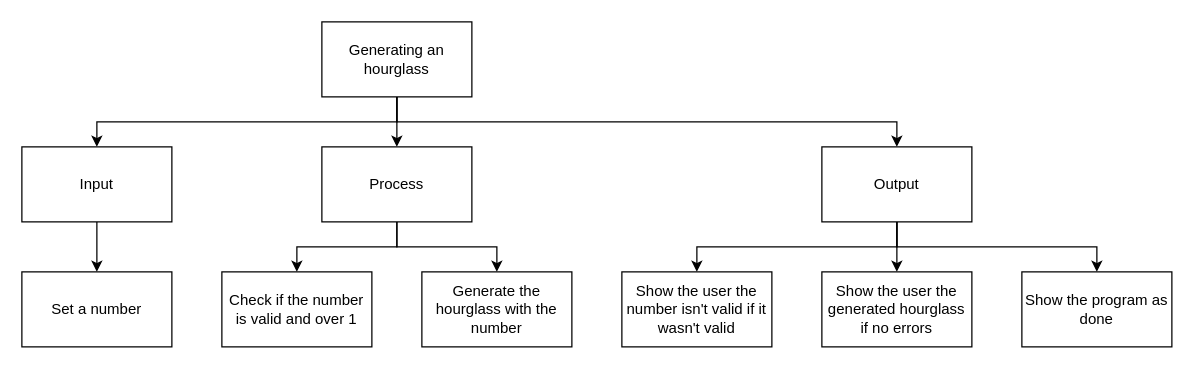
Earlier version of the draw.io diagram Design/topdown.drawio (Samuel-Webster-178/ICS4U-Assignment-04-Typescript). Source tidied: cells renumbered, new cells numbered last; positions are measured from the earlier drawing's top-left corner, leaving out a move shared by most shapes. Both pictures are drawn from the tidied source at 125%, with x=0, y=0 at pixel (21, 21).
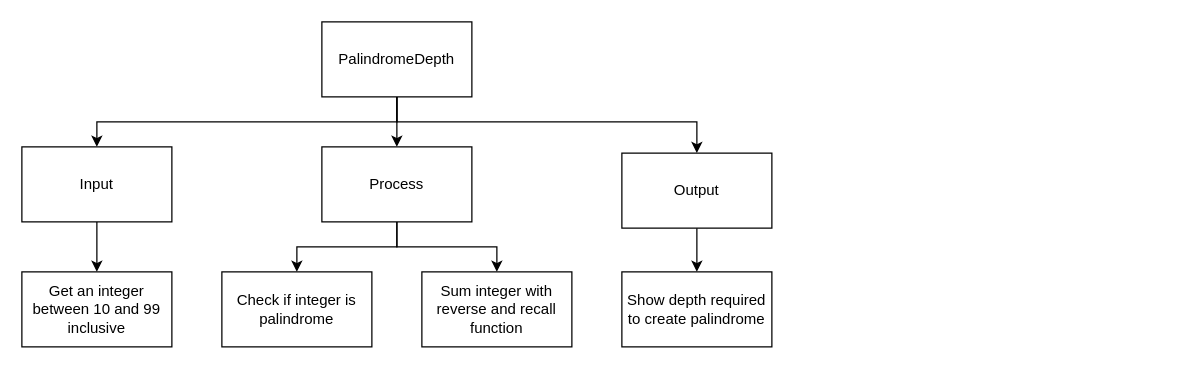
The same diagram, later.

Diff of the diagram source:
```diff
@@
-    <mxCell id="4" style="edgeStyle=orthogonalEdgeStyle;rounded=0;html=1;" parent="1" edge="1" source="5" target="14">
+    <mxCell id="4" style="edgeStyle=orthogonalEdgeStyle;html=1;entryX=0.5;entryY=0;entryDx=0;entryDy=0;rounded=0;" parent="1" edge="1" source="5" target="14">
       <mxGeometry relative="1" as="geometry">
         <Array as="points">
           <mxPoint x="300" y="80" />
-          <mxPoint x="700" y="80" />
+          <mxPoint x="540" y="80" />
         </Array>
       </mxGeometry>
     </mxCell>
-    <mxCell id="5" value="Generating an hourglass" style="rounded=0;whiteSpace=wrap;html=1;" parent="1" vertex="1">
+    <mxCell id="5" value="PalindromeDepth" style="rounded=0;whiteSpace=wrap;html=1;" parent="1" vertex="1">
       <mxGeometry x="240" width="120" height="60" as="geometry" />
     </mxCell>
@@
-    <mxCell id="11" style="edgeStyle=orthogonalEdgeStyle;rounded=0;html=1;entryX=0.5;entryY=0;entryDx=0;entryDy=0;" parent="1" edge="1" source="14" target="19">
-      <mxGeometry relative="1" as="geometry" />
-    </mxCell>
-    <mxCell id="12" style="edgeStyle=orthogonalEdgeStyle;rounded=0;html=1;entryX=0.5;entryY=0;entryDx=0;entryDy=0;" parent="1" edge="1" source="14" target="18">
-      <mxGeometry relative="1" as="geometry">
-        <Array as="points">
-          <mxPoint x="700" y="180" />
-          <mxPoint x="540" y="180" />
-        </Array>
-      </mxGeometry>
-    </mxCell>
-    <mxCell id="13" style="edgeStyle=orthogonalEdgeStyle;rounded=0;html=1;entryX=0.5;entryY=0;entryDx=0;entryDy=0;" parent="1" edge="1" source="14" target="20">
-      <mxGeometry relative="1" as="geometry">
-        <Array as="points">
-          <mxPoint x="700" y="180" />
-          <mxPoint x="860" y="180" />
-        </Array>
-      </mxGeometry>
-    </mxCell>
+    <mxCell id="21" style="edgeStyle=none;html=1;entryX=0.5;entryY=0;entryDx=0;entryDy=0;" parent="1" edge="1" source="14" target="13">
+      <mxGeometry relative="1" as="geometry" />
+    </mxCell>
     <mxCell id="14" value="Output" style="rounded=0;whiteSpace=wrap;html=1;" parent="1" vertex="1">
-      <mxGeometry x="640" y="100" width="120" height="60" as="geometry" />
+      <mxGeometry x="480" y="105" width="120" height="60" as="geometry" />
     </mxCell>
-    <mxCell id="15" value="Set a number" style="rounded=0;whiteSpace=wrap;html=1;" parent="1" vertex="1">
+    <mxCell id="15" value="Get an integer between 10 and 99 inclusive" style="rounded=0;whiteSpace=wrap;html=1;" parent="1" vertex="1">
       <mxGeometry y="200" width="120" height="60" as="geometry" />
     </mxCell>
-    <mxCell id="16" value="Check if the number is valid and over 1" style="rounded=0;whiteSpace=wrap;html=1;" parent="1" vertex="1">
+    <mxCell id="16" value="Check if integer is palindrome" style="rounded=0;whiteSpace=wrap;html=1;" parent="1" vertex="1">
       <mxGeometry x="160" y="200" width="120" height="60" as="geometry" />
     </mxCell>
-    <mxCell id="17" value="Generate the hourglass with the number" style="rounded=0;whiteSpace=wrap;html=1;" parent="1" vertex="1">
+    <mxCell id="17" value="Sum integer with reverse and recall function" style="rounded=0;whiteSpace=wrap;html=1;" parent="1" vertex="1">
       <mxGeometry x="320" y="200" width="120" height="60" as="geometry" />
     </mxCell>
-    <mxCell id="18" value="Show the user the number isn't valid if it wasn't valid" style="rounded=0;whiteSpace=wrap;html=1;" parent="1" vertex="1">
-      <mxGeometry x="480" y="200" width="120" height="60" as="geometry" />
-    </mxCell>
-    <mxCell id="19" value="Show the user the generated hourglass if no errors" style="rounded=0;whiteSpace=wrap;html=1;" parent="1" vertex="1">
-      <mxGeometry x="640" y="200" width="120" height="60" as="geometry" />
-    </mxCell>
-    <mxCell id="20" value="Show the program as done" style="rounded=0;whiteSpace=wrap;html=1;" parent="1" vertex="1">
-      <mxGeometry x="800" y="200" width="120" height="60" as="geometry" />
-    </mxCell>
+    <mxCell id="13" value="Show depth required to create palindrome" style="rounded=0;whiteSpace=wrap;html=1;" parent="1" vertex="1">
+      <mxGeometry x="480" y="200" width="120" height="60" as="geometry" />
+    </mxCell>
```
